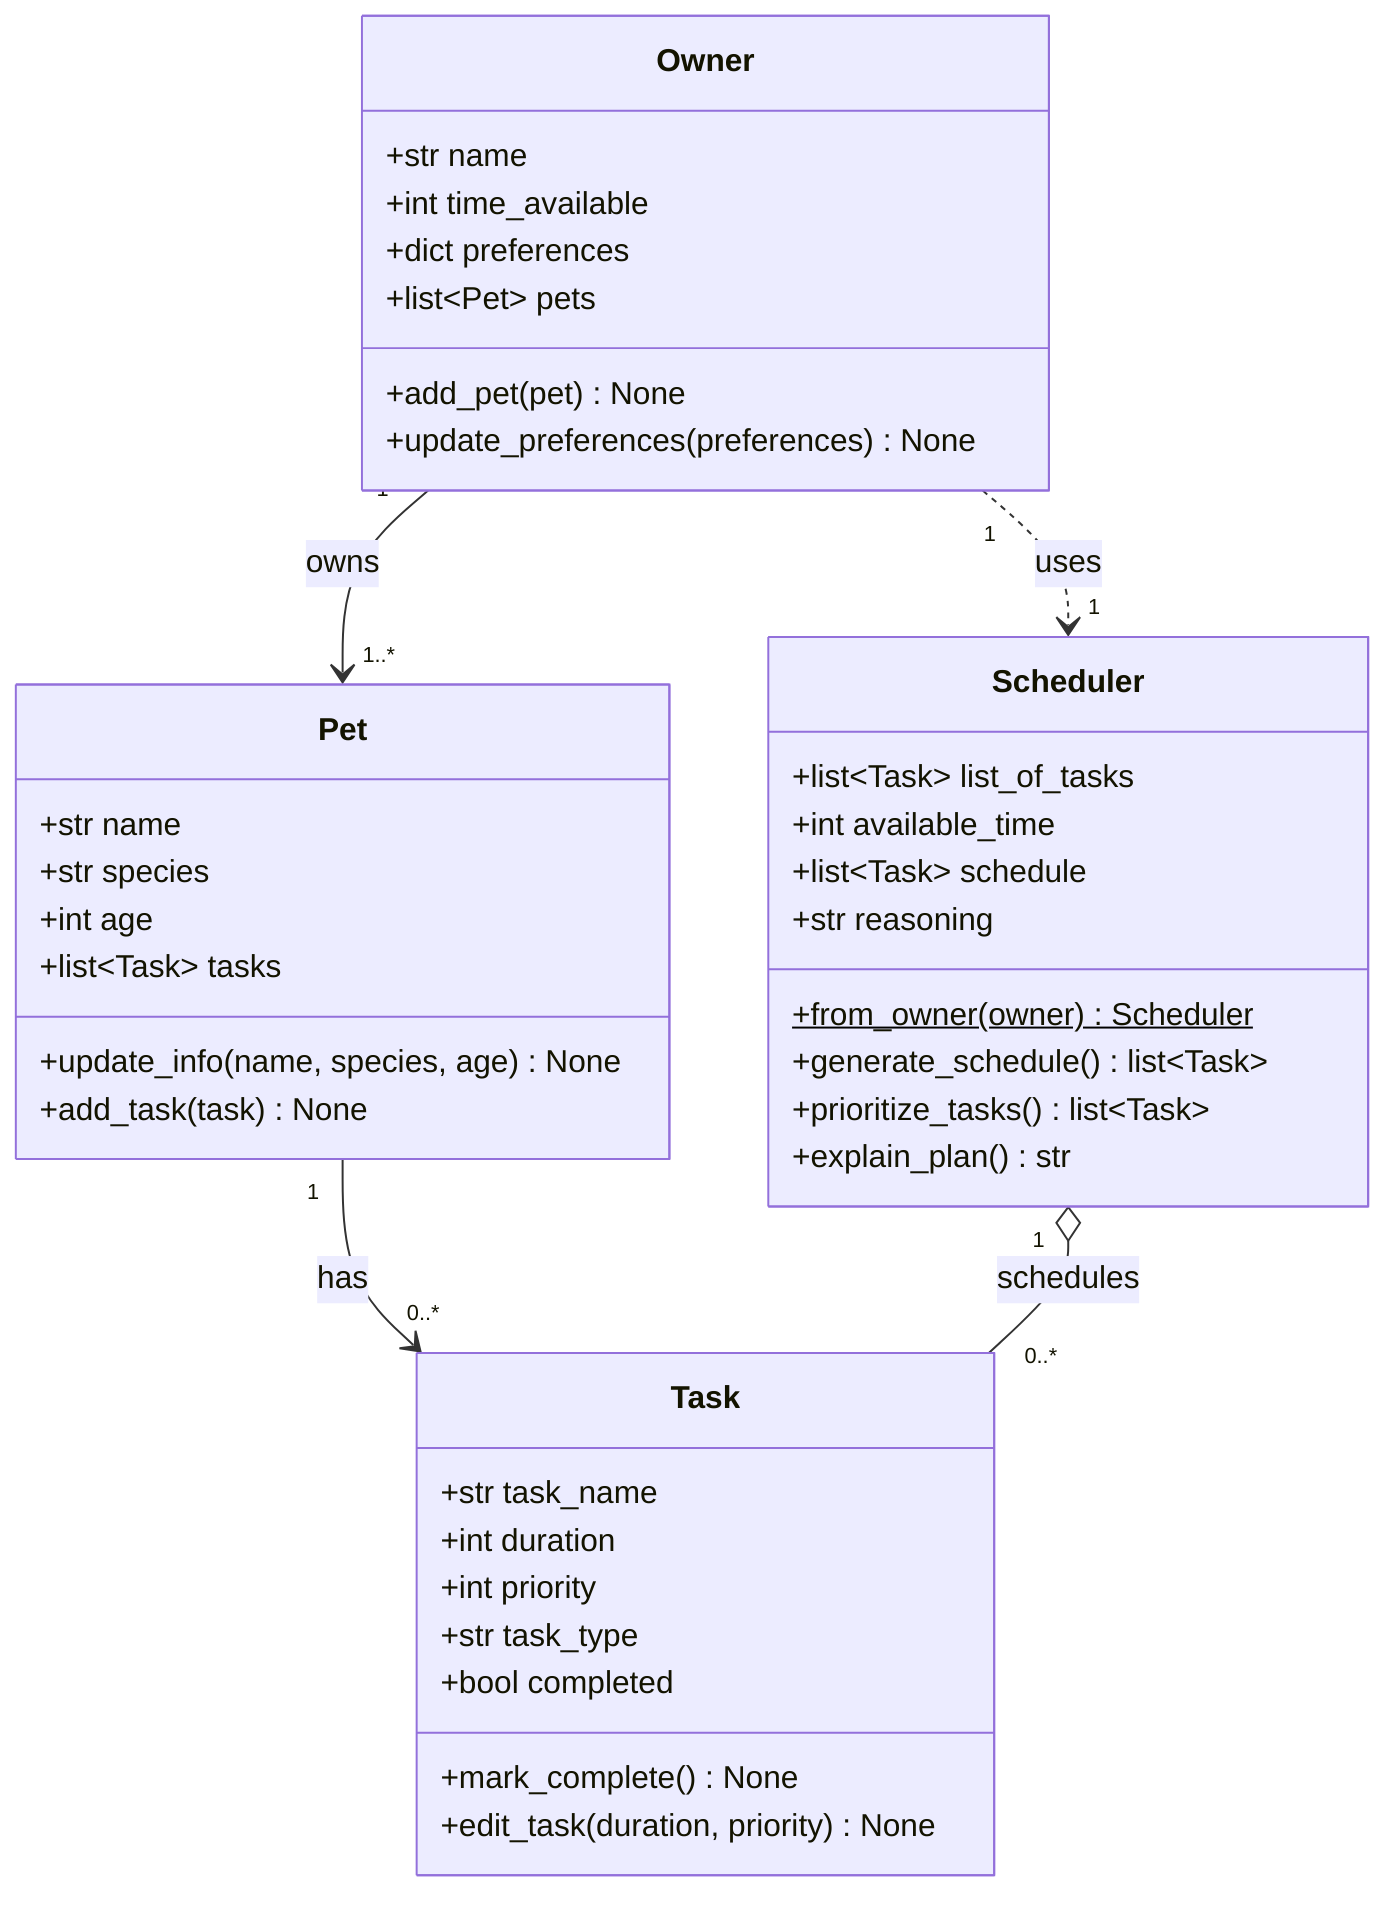
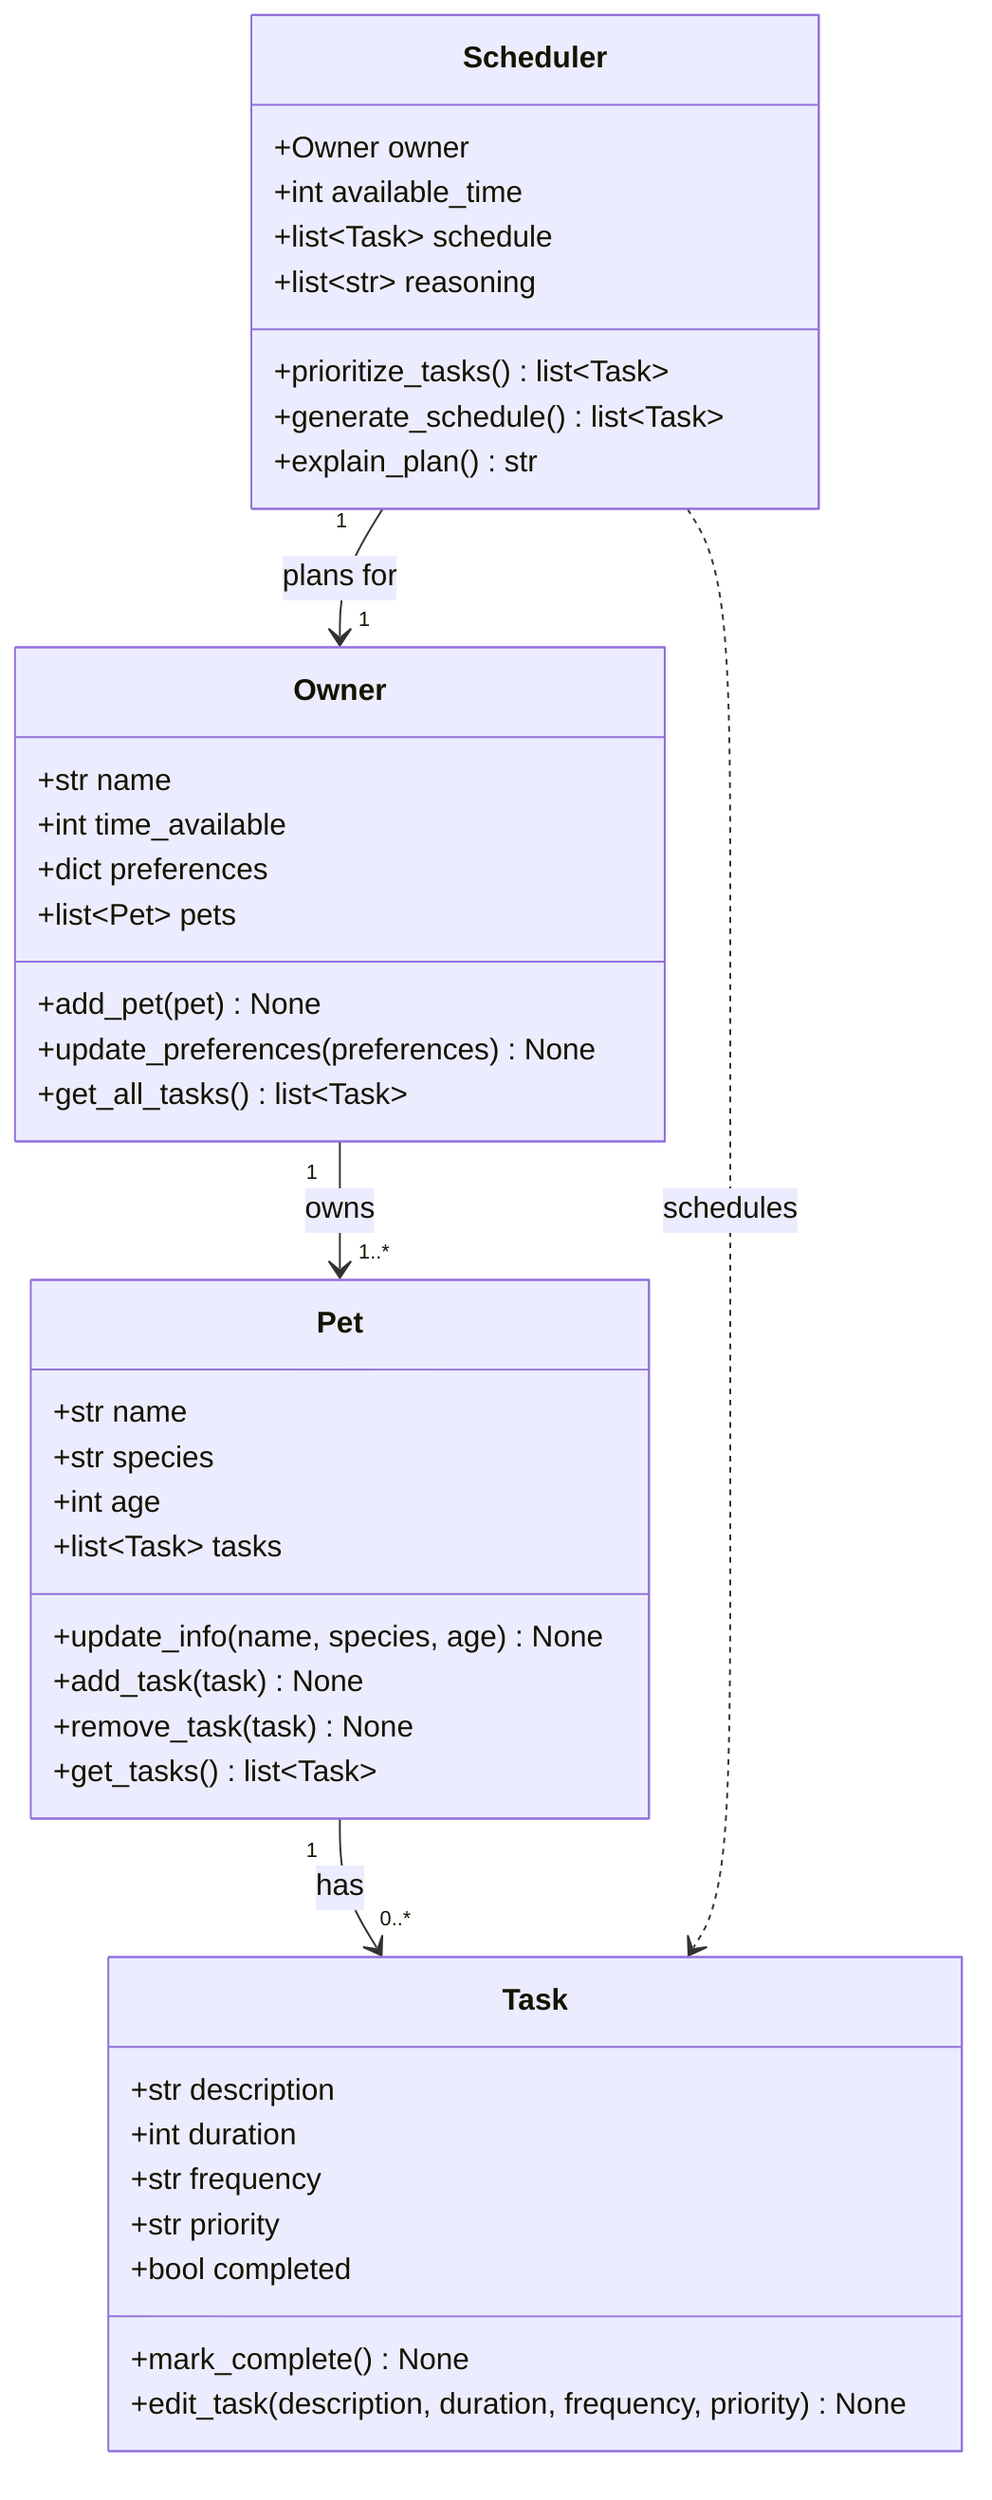
classDiagram
    %% PawPal+ — daily pet care planning assistant
    %% Keep this file updated so it matches your final implementation.

    class Owner {
        +str name
        +int time_available
        +dict preferences
        +list~Pet~ pets
        +add_pet(pet) None
        +update_preferences(preferences) None
+         +get_all_tasks() list~Task~
    }

    class Pet {
        +str name
        +str species
        +int age
        +list~Task~ tasks
        +update_info(name, species, age) None
        +add_task(task) None
+         +remove_task(task) None
+         +get_tasks() list~Task~
    }

    class Task {
-         +str task_name
+         +str description
        +int duration
-         +int priority
-         +str task_type
+         +str frequency
+         +str priority
        +bool completed
        +mark_complete() None
-         +edit_task(duration, priority) None
+         +edit_task(description, duration, frequency, priority) None
    }

    class Scheduler {
-         +list~Task~ list_of_tasks
+         +Owner owner
        +int available_time
        +list~Task~ schedule
-         +str reasoning
-         +from_owner(owner) Scheduler$
+         +list~str~ reasoning
+         +prioritize_tasks() list~Task~
        +generate_schedule() list~Task~
-         +prioritize_tasks() list~Task~
        +explain_plan() str
    }

    Owner "1" --> "1..*" Pet : owns
    Pet "1" --> "0..*" Task : has
-     Scheduler "1" o-- "0..*" Task : schedules
-     Owner "1" ..> "1" Scheduler : uses
+     Scheduler "1" --> "1" Owner : plans for
+     Scheduler ..> Task : schedules
